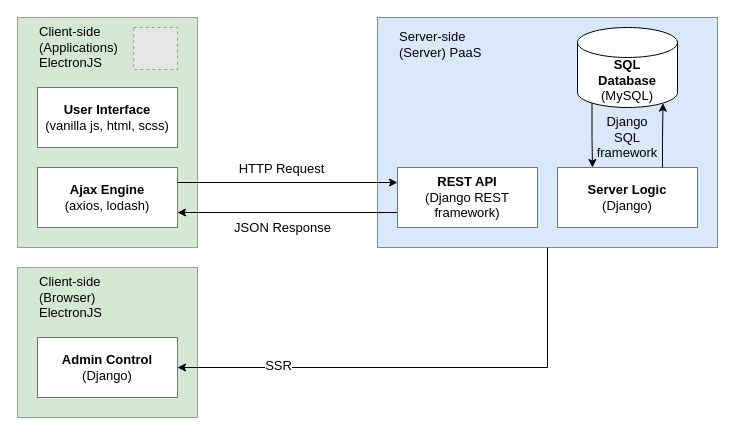
Above: page "System Design" (1 of 3) of Design.drawio in vanviethieuanh/SE104 (draw.io), before the change. Source tidied: cells renumbered, new cells numbered last; positions are measured from the earlier drawing's top-left corner, leaving out a move shared by most shapes. Both pictures are drawn from the tidied source at 100%, with x=0, y=0 at pixel (17, 17). Pictures stored in the file or linked from it are replaced by grey dashed boxes.
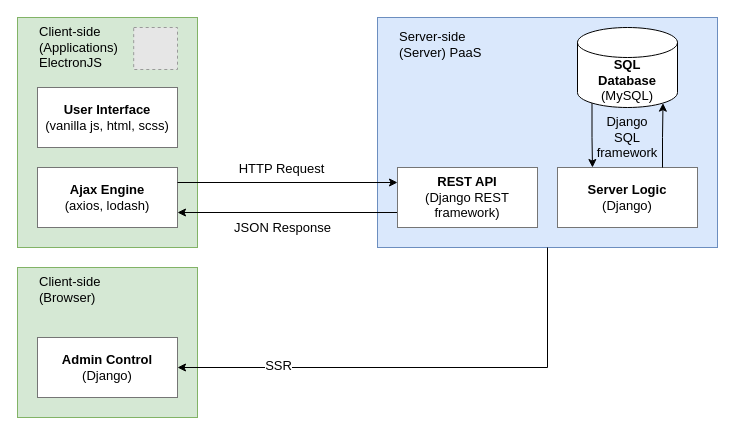
The same diagram, later.

Unchanged cells that the change refers to:
```xml
<mxCell id="2" style="group;" parent="1" vertex="1">
  <mxGeometry y="10" width="700" height="390" as="geometry" />
</mxCell>
```

What changed in the source:
```diff
@@
-    <mxCell id="3" value="Client-side &lt;br&gt;(Browser)&lt;br&gt;ElectronJS" style="rounded=0;whiteSpace=wrap;html=1;fontSize=13;labelPosition=center;verticalLabelPosition=middle;align=left;verticalAlign=top;fillColor=#d5e8d4;strokeColor=#82b366;spacingLeft=20;" parent="2" vertex="1">
+    <mxCell id="3" value="Client-side &lt;br&gt;(Browser)" style="rounded=0;whiteSpace=wrap;html=1;fontSize=13;labelPosition=center;verticalLabelPosition=middle;align=left;verticalAlign=top;fillColor=#d5e8d4;strokeColor=#82b366;spacingLeft=20;" parent="2" vertex="1">
       <mxGeometry y="240" width="180" height="150" as="geometry" />
     </mxCell>
```
